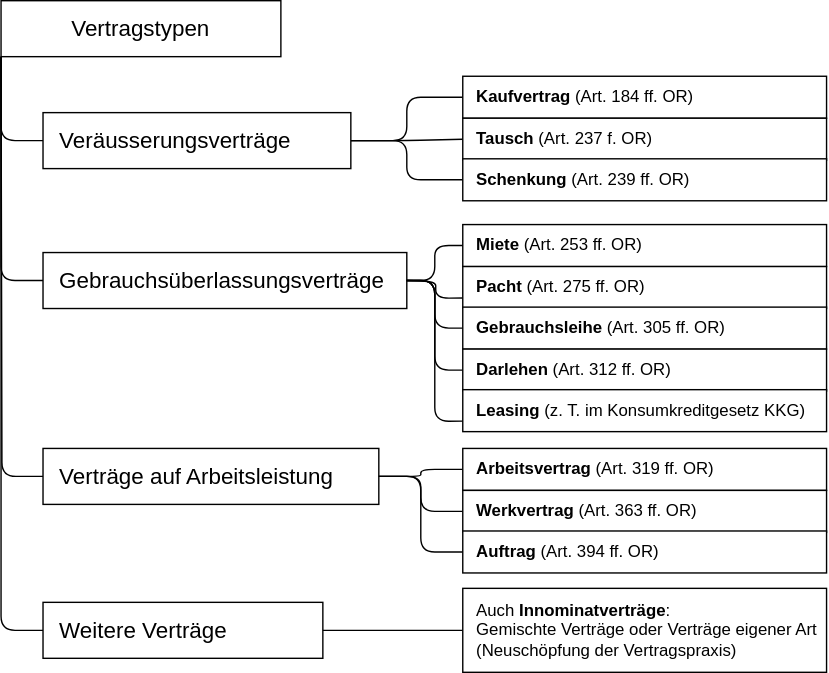
This is BuRe2/diagrams/vertragstypen.svg from grnin/Zusammenfassungen, a draw.io export, as it was before one commit. Source tidied: cells renumbered, new cells last; positions are measured from the earlier drawing's top-left corner, leaving out a move shared by most shapes. Source of this version:
```xml
<mxGraphModel>
  <root>
    <mxCell id="0" />
    <mxCell id="1" parent="0" />
    <mxCell id="2" style="group;" parent="1" vertex="1">
      <mxGeometry width="590" height="480" as="geometry" />
    </mxCell>
    <mxCell id="3" value="Vertragstypen" style="rounded=0;whiteSpace=wrap;html=1;fontSize=16;" parent="2" vertex="1">
      <mxGeometry width="200" height="40" as="geometry" />
    </mxCell>
    <mxCell id="4" style="edgeStyle=orthogonalEdgeStyle;html=1;exitX=0;exitY=0.5;exitDx=0;exitDy=0;entryX=0;entryY=1;entryDx=0;entryDy=0;endArrow=none;endFill=0;fontSize=16;" parent="2" edge="1" source="8" target="3">
      <mxGeometry relative="1" as="geometry" />
    </mxCell>
    <mxCell id="5" style="edgeStyle=orthogonalEdgeStyle;html=1;exitX=1;exitY=0.5;exitDx=0;exitDy=0;endArrow=none;endFill=0;" parent="2" edge="1" source="8" target="16">
      <mxGeometry relative="1" as="geometry" />
    </mxCell>
    <mxCell id="6" style="edgeStyle=orthogonalEdgeStyle;html=1;exitX=1;exitY=0.5;exitDx=0;exitDy=0;entryX=0;entryY=0.5;entryDx=0;entryDy=0;endArrow=none;endFill=0;align=left;" parent="2" edge="1" source="8" target="17">
      <mxGeometry relative="1" as="geometry" />
    </mxCell>
    <mxCell id="7" style="edgeStyle=orthogonalEdgeStyle;html=1;exitX=1;exitY=0.5;exitDx=0;exitDy=0;entryX=0;entryY=0.5;entryDx=0;entryDy=0;endArrow=none;endFill=0;align=left;" parent="2" edge="1" source="8" target="18">
      <mxGeometry relative="1" as="geometry" />
    </mxCell>
    <mxCell id="8" value="Veräusserungsverträge" style="rounded=0;whiteSpace=wrap;html=1;fontSize=16;align=left;spacingLeft=10;" parent="2" vertex="1">
      <mxGeometry x="30" y="80" width="220" height="40" as="geometry" />
    </mxCell>
    <mxCell id="9" style="edgeStyle=orthogonalEdgeStyle;html=1;exitX=0;exitY=0.5;exitDx=0;exitDy=0;endArrow=none;endFill=0;fontSize=16;" parent="2" edge="1" source="11">
      <mxGeometry relative="1" as="geometry">
        <mxPoint y="40" as="targetPoint" />
        <Array as="points">
          <mxPoint y="200" />
        </Array>
      </mxGeometry>
    </mxCell>
    <mxCell id="10" style="edgeStyle=orthogonalEdgeStyle;html=1;exitX=1;exitY=0.5;exitDx=0;exitDy=0;endArrow=none;endFill=0;align=left;" parent="2" edge="1" source="11" target="19">
      <mxGeometry relative="1" as="geometry" />
    </mxCell>
    <mxCell id="11" value="Gebrauchsüberlassungsverträge" style="rounded=0;whiteSpace=wrap;html=1;fontSize=16;align=left;spacingLeft=10;" parent="2" vertex="1">
      <mxGeometry x="30" y="180" width="260" height="40" as="geometry" />
    </mxCell>
    <mxCell id="12" style="edgeStyle=orthogonalEdgeStyle;html=1;exitX=0;exitY=0.5;exitDx=0;exitDy=0;endArrow=none;endFill=0;fontSize=16;" parent="2" edge="1" source="13">
      <mxGeometry relative="1" as="geometry">
        <mxPoint y="40" as="targetPoint" />
      </mxGeometry>
    </mxCell>
    <mxCell id="13" value="Verträge auf Arbeitsleistung" style="rounded=0;whiteSpace=wrap;html=1;fontSize=16;align=left;spacingLeft=10;" parent="2" vertex="1">
      <mxGeometry x="30" y="320" width="240" height="40" as="geometry" />
    </mxCell>
    <mxCell id="14" style="edgeStyle=orthogonalEdgeStyle;html=1;exitX=0;exitY=0.5;exitDx=0;exitDy=0;entryX=0;entryY=1;entryDx=0;entryDy=0;endArrow=none;endFill=0;fontSize=16;" parent="2" edge="1" source="15" target="3">
      <mxGeometry relative="1" as="geometry" />
    </mxCell>
    <mxCell id="15" value="Weitere Verträge" style="rounded=0;whiteSpace=wrap;html=1;fontSize=16;align=left;spacingLeft=10;" parent="2" vertex="1">
      <mxGeometry x="30" y="430" width="200" height="40" as="geometry" />
    </mxCell>
    <mxCell id="16" value="&lt;b&gt;Kaufvertrag &lt;/b&gt;(Art. 184 ff. OR)" style="rounded=0;whiteSpace=wrap;html=1;spacing=1;align=left;spacingLeft=9;" parent="2" vertex="1">
      <mxGeometry x="330" y="54" width="260" height="30" as="geometry" />
    </mxCell>
    <mxCell id="17" value="&lt;b&gt;Tausch &lt;/b&gt;(Art. 237 f. OR)" style="rounded=0;whiteSpace=wrap;html=1;spacing=1;align=left;spacingLeft=9;" parent="2" vertex="1">
      <mxGeometry x="330" y="84" width="260" height="30" as="geometry" />
    </mxCell>
    <mxCell id="18" value="&lt;b&gt;Schenkung &lt;/b&gt;(Art. 239 ff. OR)" style="rounded=0;whiteSpace=wrap;html=1;spacing=1;align=left;spacingLeft=9;" parent="2" vertex="1">
      <mxGeometry x="330" y="113" width="260" height="30" as="geometry" />
    </mxCell>
    <mxCell id="19" value="&lt;b&gt;Miete &lt;/b&gt;(Art. 253 ff. OR)" style="rounded=0;whiteSpace=wrap;html=1;spacing=1;align=left;spacingLeft=9;" parent="2" vertex="1">
      <mxGeometry x="330" y="160" width="260" height="30" as="geometry" />
    </mxCell>
    <mxCell id="20" style="edgeStyle=orthogonalEdgeStyle;html=1;exitX=0;exitY=0.75;exitDx=0;exitDy=0;endArrow=none;endFill=0;align=left;" parent="2" edge="1" source="21">
      <mxGeometry relative="1" as="geometry">
        <mxPoint x="290" y="200" as="targetPoint" />
      </mxGeometry>
    </mxCell>
    <mxCell id="21" value="&lt;b&gt;Pacht &lt;/b&gt;(Art. 275 ff. OR)" style="rounded=0;whiteSpace=wrap;html=1;spacing=1;align=left;spacingLeft=9;" parent="2" vertex="1">
      <mxGeometry x="330" y="190" width="260" height="30" as="geometry" />
    </mxCell>
    <mxCell id="22" style="edgeStyle=orthogonalEdgeStyle;html=1;exitX=0;exitY=0.5;exitDx=0;exitDy=0;entryX=1;entryY=0.5;entryDx=0;entryDy=0;endArrow=none;endFill=0;align=left;" parent="2" edge="1" source="23" target="11">
      <mxGeometry relative="1" as="geometry">
        <Array as="points">
          <mxPoint x="310" y="234" />
          <mxPoint x="310" y="200" />
        </Array>
      </mxGeometry>
    </mxCell>
    <mxCell id="23" value="&lt;b&gt;Gebrauchsleihe &lt;/b&gt;(Art. 305 ff. OR)" style="rounded=0;whiteSpace=wrap;html=1;spacing=1;align=left;spacingLeft=9;" parent="2" vertex="1">
      <mxGeometry x="330" y="219" width="260" height="30" as="geometry" />
    </mxCell>
    <mxCell id="24" style="edgeStyle=elbowEdgeStyle;html=1;exitX=0;exitY=0.5;exitDx=0;exitDy=0;endArrow=none;endFill=0;align=left;" parent="2" edge="1" source="25" target="13">
      <mxGeometry relative="1" as="geometry" />
    </mxCell>
    <mxCell id="25" value="&lt;b&gt;Arbeitsvertrag &lt;/b&gt;(Art. 319 ff. OR)" style="rounded=0;whiteSpace=wrap;html=1;spacing=1;align=left;spacingLeft=9;" parent="2" vertex="1">
      <mxGeometry x="330" y="320" width="260" height="30" as="geometry" />
    </mxCell>
    <mxCell id="26" style="edgeStyle=elbowEdgeStyle;html=1;exitX=0;exitY=0.5;exitDx=0;exitDy=0;endArrow=none;endFill=0;align=left;" parent="2" edge="1" source="27">
      <mxGeometry relative="1" as="geometry">
        <mxPoint x="270" y="340" as="targetPoint" />
      </mxGeometry>
    </mxCell>
    <mxCell id="27" value="&lt;b&gt;Werkvertrag &lt;/b&gt;(Art. 363 ff. OR)" style="rounded=0;whiteSpace=wrap;html=1;spacing=1;align=left;spacingLeft=9;" parent="2" vertex="1">
      <mxGeometry x="330" y="350" width="260" height="30" as="geometry" />
    </mxCell>
    <mxCell id="28" style="edgeStyle=elbowEdgeStyle;html=1;exitX=0;exitY=0.5;exitDx=0;exitDy=0;endArrow=none;endFill=0;align=left;" parent="2" edge="1" source="29">
      <mxGeometry relative="1" as="geometry">
        <mxPoint x="270" y="340" as="targetPoint" />
      </mxGeometry>
    </mxCell>
    <mxCell id="29" value="&lt;b&gt;Auftrag &lt;/b&gt;(Art. 394 ff. OR)" style="rounded=0;whiteSpace=wrap;html=1;spacing=1;align=left;spacingLeft=9;" parent="2" vertex="1">
      <mxGeometry x="330" y="379" width="260" height="30" as="geometry" />
    </mxCell>
    <mxCell id="30" style="edgeStyle=orthogonalEdgeStyle;html=1;exitX=0;exitY=0.5;exitDx=0;exitDy=0;endArrow=none;endFill=0;" parent="2" edge="1" source="31" target="15">
      <mxGeometry relative="1" as="geometry" />
    </mxCell>
    <mxCell id="31" value="Auch &lt;b&gt;Innominatverträge&lt;/b&gt;:&lt;div&gt;Gemischte Verträge oder Verträge eigener Art (Neuschöpfung der Vertragspraxis)&lt;/div&gt;" style="rounded=0;whiteSpace=wrap;html=1;spacing=1;align=left;spacingLeft=9;" parent="2" vertex="1">
      <mxGeometry x="330" y="420" width="260" height="60" as="geometry" />
    </mxCell>
    <mxCell id="32" style="edgeStyle=orthogonalEdgeStyle;html=1;exitX=0;exitY=0.5;exitDx=0;exitDy=0;endArrow=none;endFill=0;align=left;" parent="2" edge="1" source="33">
      <mxGeometry relative="1" as="geometry">
        <mxPoint x="290" y="200" as="targetPoint" />
        <Array as="points">
          <mxPoint x="310" y="264" />
          <mxPoint x="310" y="200" />
        </Array>
      </mxGeometry>
    </mxCell>
    <mxCell id="33" value="&lt;b&gt;Darlehen &lt;/b&gt;(Art. 312 ff. OR)" style="rounded=0;whiteSpace=wrap;html=1;spacing=1;align=left;spacingLeft=9;" parent="2" vertex="1">
      <mxGeometry x="330" y="249" width="260" height="30" as="geometry" />
    </mxCell>
    <mxCell id="34" style="edgeStyle=orthogonalEdgeStyle;html=1;exitX=0;exitY=0.75;exitDx=0;exitDy=0;entryX=1;entryY=0.5;entryDx=0;entryDy=0;endArrow=none;endFill=0;align=left;" parent="2" edge="1" source="35" target="11">
      <mxGeometry relative="1" as="geometry">
        <Array as="points">
          <mxPoint x="310" y="301" />
          <mxPoint x="310" y="200" />
        </Array>
      </mxGeometry>
    </mxCell>
    <mxCell id="35" value="&lt;b&gt;Leasing&amp;nbsp;&lt;/b&gt;(z. T. im Konsumkreditgesetz KKG)" style="rounded=0;whiteSpace=wrap;html=1;spacing=1;align=left;spacingLeft=9;" parent="2" vertex="1">
      <mxGeometry x="330" y="278" width="260" height="30" as="geometry" />
    </mxCell>
  </root>
</mxGraphModel>
```
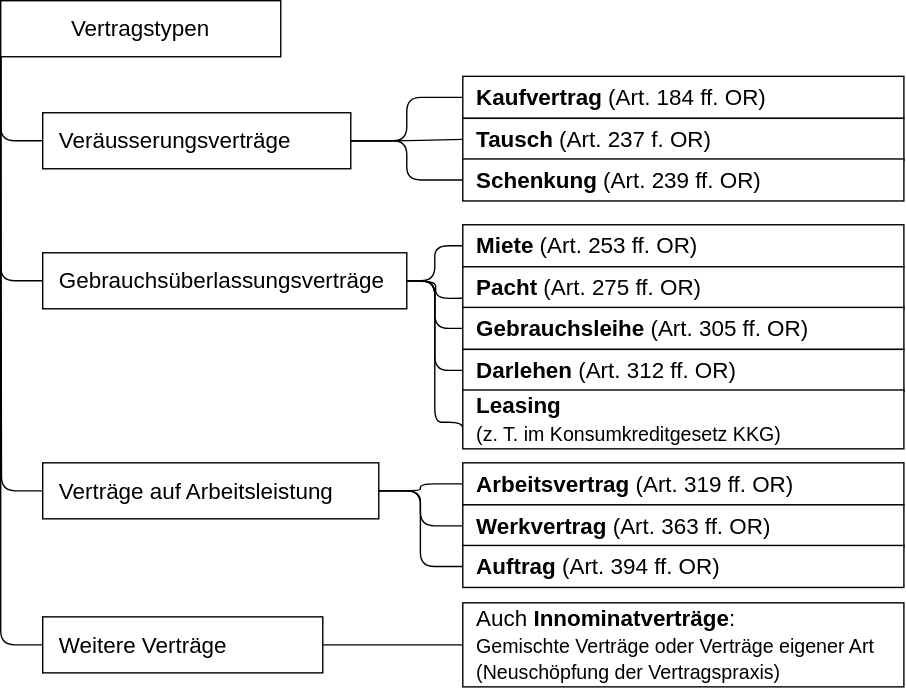
The same file after the commit.

Commit message:
✏️diagramm : Schrift vergrössert

Change to the diagram source:
```diff
@@ -3,7 +3,7 @@
     <mxCell id="0" />
     <mxCell id="1" parent="0" />
     <mxCell id="2" style="group;" parent="1" vertex="1">
-      <mxGeometry width="590" height="480" as="geometry" />
+      <mxGeometry width="645" height="480" as="geometry" />
     </mxCell>
     <mxCell id="3" value="Vertragstypen" style="rounded=0;whiteSpace=wrap;html=1;fontSize=16;" parent="2" vertex="1">
       <mxGeometry width="200" height="40" as="geometry" />
@@ -43,33 +43,33 @@
       </mxGeometry>
     </mxCell>
     <mxCell id="13" value="Verträge auf Arbeitsleistung" style="rounded=0;whiteSpace=wrap;html=1;fontSize=16;align=left;spacingLeft=10;" parent="2" vertex="1">
-      <mxGeometry x="30" y="320" width="240" height="40" as="geometry" />
+      <mxGeometry x="30" y="330" width="240" height="40" as="geometry" />
     </mxCell>
     <mxCell id="14" style="edgeStyle=orthogonalEdgeStyle;html=1;exitX=0;exitY=0.5;exitDx=0;exitDy=0;entryX=0;entryY=1;entryDx=0;entryDy=0;endArrow=none;endFill=0;fontSize=16;" parent="2" edge="1" source="15" target="3">
       <mxGeometry relative="1" as="geometry" />
     </mxCell>
     <mxCell id="15" value="Weitere Verträge" style="rounded=0;whiteSpace=wrap;html=1;fontSize=16;align=left;spacingLeft=10;" parent="2" vertex="1">
-      <mxGeometry x="30" y="430" width="200" height="40" as="geometry" />
+      <mxGeometry x="30" y="440" width="200" height="40" as="geometry" />
     </mxCell>
-    <mxCell id="16" value="&lt;b&gt;Kaufvertrag &lt;/b&gt;(Art. 184 ff. OR)" style="rounded=0;whiteSpace=wrap;html=1;spacing=1;align=left;spacingLeft=9;" parent="2" vertex="1">
-      <mxGeometry x="330" y="54" width="260" height="30" as="geometry" />
+    <mxCell id="16" value="&lt;b&gt;Kaufvertrag &lt;/b&gt;(Art. 184 ff. OR)" style="rounded=0;whiteSpace=wrap;html=1;spacing=1;align=left;spacingLeft=9;fontSize=16;" parent="2" vertex="1">
+      <mxGeometry x="330" y="54" width="315" height="30" as="geometry" />
     </mxCell>
-    <mxCell id="17" value="&lt;b&gt;Tausch &lt;/b&gt;(Art. 237 f. OR)" style="rounded=0;whiteSpace=wrap;html=1;spacing=1;align=left;spacingLeft=9;" parent="2" vertex="1">
-      <mxGeometry x="330" y="84" width="260" height="30" as="geometry" />
+    <mxCell id="17" value="&lt;b&gt;Tausch &lt;/b&gt;(Art. 237 f. OR)" style="rounded=0;whiteSpace=wrap;html=1;spacing=1;align=left;spacingLeft=9;fontSize=16;" parent="2" vertex="1">
+      <mxGeometry x="330" y="84" width="315" height="30" as="geometry" />
     </mxCell>
-    <mxCell id="18" value="&lt;b&gt;Schenkung &lt;/b&gt;(Art. 239 ff. OR)" style="rounded=0;whiteSpace=wrap;html=1;spacing=1;align=left;spacingLeft=9;" parent="2" vertex="1">
-      <mxGeometry x="330" y="113" width="260" height="30" as="geometry" />
+    <mxCell id="18" value="&lt;b&gt;Schenkung &lt;/b&gt;(Art. 239 ff. OR)" style="rounded=0;whiteSpace=wrap;html=1;spacing=1;align=left;spacingLeft=9;fontSize=16;" parent="2" vertex="1">
+      <mxGeometry x="330" y="113" width="315" height="30" as="geometry" />
     </mxCell>
-    <mxCell id="19" value="&lt;b&gt;Miete &lt;/b&gt;(Art. 253 ff. OR)" style="rounded=0;whiteSpace=wrap;html=1;spacing=1;align=left;spacingLeft=9;" parent="2" vertex="1">
-      <mxGeometry x="330" y="160" width="260" height="30" as="geometry" />
+    <mxCell id="19" value="&lt;b&gt;Miete &lt;/b&gt;(Art. 253 ff. OR)" style="rounded=0;whiteSpace=wrap;html=1;spacing=1;align=left;spacingLeft=9;fontSize=16;" parent="2" vertex="1">
+      <mxGeometry x="330" y="160" width="315" height="30" as="geometry" />
     </mxCell>
     <mxCell id="20" style="edgeStyle=orthogonalEdgeStyle;html=1;exitX=0;exitY=0.75;exitDx=0;exitDy=0;endArrow=none;endFill=0;align=left;" parent="2" edge="1" source="21">
       <mxGeometry relative="1" as="geometry">
         <mxPoint x="290" y="200" as="targetPoint" />
       </mxGeometry>
     </mxCell>
-    <mxCell id="21" value="&lt;b&gt;Pacht &lt;/b&gt;(Art. 275 ff. OR)" style="rounded=0;whiteSpace=wrap;html=1;spacing=1;align=left;spacingLeft=9;" parent="2" vertex="1">
-      <mxGeometry x="330" y="190" width="260" height="30" as="geometry" />
+    <mxCell id="21" value="&lt;b&gt;Pacht &lt;/b&gt;(Art. 275 ff. OR)" style="rounded=0;whiteSpace=wrap;html=1;spacing=1;align=left;spacingLeft=9;fontSize=16;" parent="2" vertex="1">
+      <mxGeometry x="330" y="190" width="315" height="30" as="geometry" />
     </mxCell>
     <mxCell id="22" style="edgeStyle=orthogonalEdgeStyle;html=1;exitX=0;exitY=0.5;exitDx=0;exitDy=0;entryX=1;entryY=0.5;entryDx=0;entryDy=0;endArrow=none;endFill=0;align=left;" parent="2" edge="1" source="23" target="11">
       <mxGeometry relative="1" as="geometry">
@@ -79,36 +79,32 @@
         </Array>
       </mxGeometry>
     </mxCell>
-    <mxCell id="23" value="&lt;b&gt;Gebrauchsleihe &lt;/b&gt;(Art. 305 ff. OR)" style="rounded=0;whiteSpace=wrap;html=1;spacing=1;align=left;spacingLeft=9;" parent="2" vertex="1">
-      <mxGeometry x="330" y="219" width="260" height="30" as="geometry" />
+    <mxCell id="23" value="&lt;b&gt;Gebrauchsleihe &lt;/b&gt;(Art. 305 ff. OR)" style="rounded=0;whiteSpace=wrap;html=1;spacing=1;align=left;spacingLeft=9;fontSize=16;" parent="2" vertex="1">
+      <mxGeometry x="330" y="219" width="315" height="30" as="geometry" />
     </mxCell>
     <mxCell id="24" style="edgeStyle=elbowEdgeStyle;html=1;exitX=0;exitY=0.5;exitDx=0;exitDy=0;endArrow=none;endFill=0;align=left;" parent="2" edge="1" source="25" target="13">
       <mxGeometry relative="1" as="geometry" />
     </mxCell>
-    <mxCell id="25" value="&lt;b&gt;Arbeitsvertrag &lt;/b&gt;(Art. 319 ff. OR)" style="rounded=0;whiteSpace=wrap;html=1;spacing=1;align=left;spacingLeft=9;" parent="2" vertex="1">
-      <mxGeometry x="330" y="320" width="260" height="30" as="geometry" />
+    <mxCell id="25" value="&lt;b&gt;Arbeitsvertrag &lt;/b&gt;(Art. 319 ff. OR)" style="rounded=0;whiteSpace=wrap;html=1;spacing=1;align=left;spacingLeft=9;fontSize=16;" parent="2" vertex="1">
+      <mxGeometry x="330" y="330" width="315" height="30" as="geometry" />
     </mxCell>
-    <mxCell id="26" style="edgeStyle=elbowEdgeStyle;html=1;exitX=0;exitY=0.5;exitDx=0;exitDy=0;endArrow=none;endFill=0;align=left;" parent="2" edge="1" source="27">
-      <mxGeometry relative="1" as="geometry">
-        <mxPoint x="270" y="340" as="targetPoint" />
-      </mxGeometry>
+    <mxCell id="26" style="edgeStyle=elbowEdgeStyle;html=1;exitX=0;exitY=0.5;exitDx=0;exitDy=0;endArrow=none;endFill=0;align=left;entryX=1;entryY=0.5;entryDx=0;entryDy=0;" parent="2" edge="1" source="27" target="13">
+      <mxGeometry relative="1" as="geometry" />
     </mxCell>
-    <mxCell id="27" value="&lt;b&gt;Werkvertrag &lt;/b&gt;(Art. 363 ff. OR)" style="rounded=0;whiteSpace=wrap;html=1;spacing=1;align=left;spacingLeft=9;" parent="2" vertex="1">
-      <mxGeometry x="330" y="350" width="260" height="30" as="geometry" />
+    <mxCell id="27" value="&lt;b&gt;Werkvertrag &lt;/b&gt;(Art. 363 ff. OR)" style="rounded=0;whiteSpace=wrap;html=1;spacing=1;align=left;spacingLeft=9;fontSize=16;" parent="2" vertex="1">
+      <mxGeometry x="330" y="360" width="315" height="30" as="geometry" />
     </mxCell>
-    <mxCell id="28" style="edgeStyle=elbowEdgeStyle;html=1;exitX=0;exitY=0.5;exitDx=0;exitDy=0;endArrow=none;endFill=0;align=left;" parent="2" edge="1" source="29">
-      <mxGeometry relative="1" as="geometry">
-        <mxPoint x="270" y="340" as="targetPoint" />
-      </mxGeometry>
+    <mxCell id="28" style="edgeStyle=elbowEdgeStyle;html=1;exitX=0;exitY=0.5;exitDx=0;exitDy=0;endArrow=none;endFill=0;align=left;entryX=1;entryY=0.5;entryDx=0;entryDy=0;" parent="2" edge="1" source="29" target="13">
+      <mxGeometry relative="1" as="geometry" />
     </mxCell>
-    <mxCell id="29" value="&lt;b&gt;Auftrag &lt;/b&gt;(Art. 394 ff. OR)" style="rounded=0;whiteSpace=wrap;html=1;spacing=1;align=left;spacingLeft=9;" parent="2" vertex="1">
-      <mxGeometry x="330" y="379" width="260" height="30" as="geometry" />
+    <mxCell id="29" value="&lt;b&gt;Auftrag &lt;/b&gt;(Art. 394 ff. OR)" style="rounded=0;whiteSpace=wrap;html=1;spacing=1;align=left;spacingLeft=9;fontSize=16;" parent="2" vertex="1">
+      <mxGeometry x="330" y="389" width="315" height="30" as="geometry" />
     </mxCell>
     <mxCell id="30" style="edgeStyle=orthogonalEdgeStyle;html=1;exitX=0;exitY=0.5;exitDx=0;exitDy=0;endArrow=none;endFill=0;" parent="2" edge="1" source="31" target="15">
       <mxGeometry relative="1" as="geometry" />
     </mxCell>
-    <mxCell id="31" value="Auch &lt;b&gt;Innominatverträge&lt;/b&gt;:&lt;div&gt;Gemischte Verträge oder Verträge eigener Art (Neuschöpfung der Vertragspraxis)&lt;/div&gt;" style="rounded=0;whiteSpace=wrap;html=1;spacing=1;align=left;spacingLeft=9;" parent="2" vertex="1">
-      <mxGeometry x="330" y="420" width="260" height="60" as="geometry" />
+    <mxCell id="31" value="Auch &lt;b&gt;Innominatverträge&lt;/b&gt;:&lt;div&gt;&lt;font style=&quot;font-size: 14px;&quot;&gt;Gemischte Verträge oder Verträge eigener Art (Neuschöpfung der Vertragspraxis)&lt;/font&gt;&lt;/div&gt;" style="rounded=0;whiteSpace=wrap;html=1;spacing=1;align=left;spacingLeft=9;fontSize=16;" parent="2" vertex="1">
+      <mxGeometry x="330" y="430" width="315" height="60" as="geometry" />
     </mxCell>
     <mxCell id="32" style="edgeStyle=orthogonalEdgeStyle;html=1;exitX=0;exitY=0.5;exitDx=0;exitDy=0;endArrow=none;endFill=0;align=left;" parent="2" edge="1" source="33">
       <mxGeometry relative="1" as="geometry">
@@ -119,8 +115,8 @@
         </Array>
       </mxGeometry>
     </mxCell>
-    <mxCell id="33" value="&lt;b&gt;Darlehen &lt;/b&gt;(Art. 312 ff. OR)" style="rounded=0;whiteSpace=wrap;html=1;spacing=1;align=left;spacingLeft=9;" parent="2" vertex="1">
-      <mxGeometry x="330" y="249" width="260" height="30" as="geometry" />
+    <mxCell id="33" value="&lt;b&gt;Darlehen &lt;/b&gt;(Art. 312 ff. OR)" style="rounded=0;whiteSpace=wrap;html=1;spacing=1;align=left;spacingLeft=9;fontSize=16;" parent="2" vertex="1">
+      <mxGeometry x="330" y="249" width="315" height="30" as="geometry" />
     </mxCell>
     <mxCell id="34" style="edgeStyle=orthogonalEdgeStyle;html=1;exitX=0;exitY=0.75;exitDx=0;exitDy=0;entryX=1;entryY=0.5;entryDx=0;entryDy=0;endArrow=none;endFill=0;align=left;" parent="2" edge="1" source="35" target="11">
       <mxGeometry relative="1" as="geometry">
@@ -130,8 +126,8 @@
         </Array>
       </mxGeometry>
     </mxCell>
-    <mxCell id="35" value="&lt;b&gt;Leasing&amp;nbsp;&lt;/b&gt;(z. T. im Konsumkreditgesetz KKG)" style="rounded=0;whiteSpace=wrap;html=1;spacing=1;align=left;spacingLeft=9;" parent="2" vertex="1">
-      <mxGeometry x="330" y="278" width="260" height="30" as="geometry" />
+    <mxCell id="35" value="&lt;b&gt;Leasing&amp;nbsp;&lt;br&gt;&lt;/b&gt;&lt;font style=&quot;font-size: 14px;&quot;&gt;(z. T. im Konsumkreditgesetz KKG)&lt;/font&gt;" style="rounded=0;whiteSpace=wrap;html=1;spacing=1;align=left;spacingLeft=9;fontSize=16;" parent="2" vertex="1">
+      <mxGeometry x="330" y="278" width="315" height="42" as="geometry" />
     </mxCell>
   </root>
 </mxGraphModel>
```
